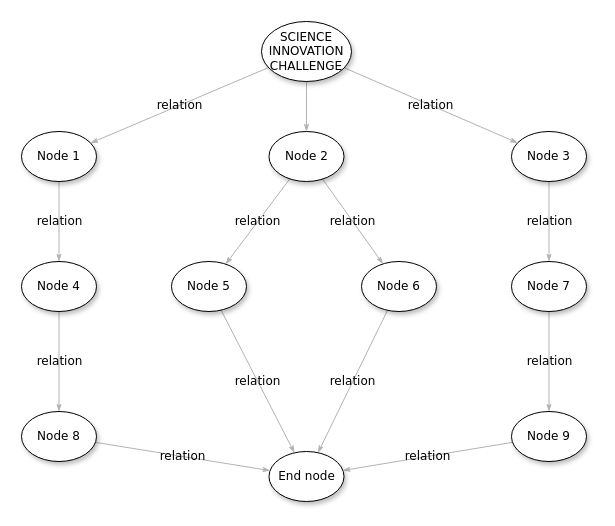
The draw.io diagram Untitled Diagram.drawio in samuel6814/mindmaps, before the edit. Source tidied: cells renumbered, new cells numbered last; positions are measured from the earlier drawing's top-left corner, leaving out a move shared by most shapes. Both pictures are drawn from the tidied source at 100%, with x=0, y=0 at pixel (21, 21).
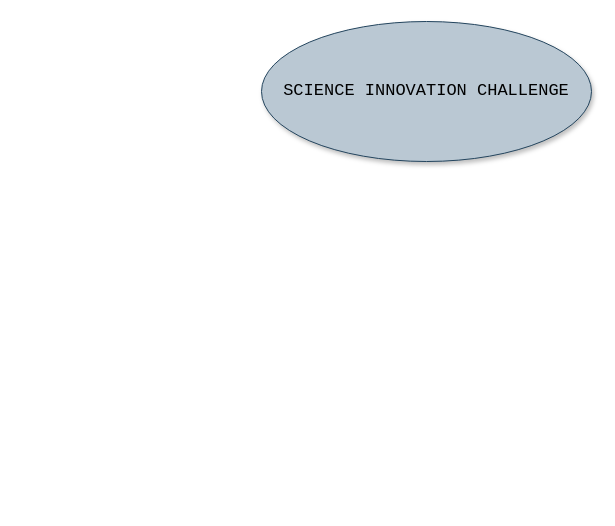
The same diagram, later.

Change to the diagram source:
```diff
@@
-    <mxCell id="2" style="edgeStyle=none;rounded=1;html=1;labelBackgroundColor=none;startArrow=none;startFill=0;startSize=5;endArrow=classicThin;endFill=1;endSize=5;jettySize=auto;strokeColor=#B3B3B3;strokeWidth=1;fontFamily=Verdana;fontSize=12;" parent="1" edge="1" source="5" target="8">
-      <mxGeometry relative="1" as="geometry" />
-    </mxCell>
-    <mxCell id="3" value="relation" style="edgeStyle=none;rounded=1;html=1;labelBackgroundColor=none;startArrow=none;startFill=0;startSize=5;endArrow=classicThin;endFill=1;endSize=5;jettySize=auto;strokeColor=#B3B3B3;strokeWidth=1;fontFamily=Verdana;fontSize=12;" parent="1" edge="1" source="5" target="21">
-      <mxGeometry relative="1" as="geometry" />
-    </mxCell>
-    <mxCell id="4" value="relation" style="edgeStyle=none;rounded=1;html=1;labelBackgroundColor=none;startArrow=none;startFill=0;startSize=5;endArrow=classicThin;endFill=1;endSize=5;jettySize=auto;strokeColor=#B3B3B3;strokeWidth=1;fontFamily=Verdana;fontSize=12;" parent="1" edge="1" source="5" target="10">
-      <mxGeometry relative="1" as="geometry" />
-    </mxCell>
-    <mxCell id="5" value="SCIENCE INNOVATION CHALLENGE" style="ellipse;whiteSpace=wrap;html=1;rounded=0;shadow=1;comic=0;labelBackgroundColor=none;strokeWidth=1;fontFamily=Verdana;fontSize=12;align=center;" parent="1" vertex="1">
-      <mxGeometry x="240" width="90" height="60" as="geometry" />
+    <mxCell id="5" value="&lt;font face=&quot;Courier New&quot; style=&quot;font-size: 17px;&quot;&gt;SCIENCE INNOVATION CHALLENGE&lt;/font&gt;" style="ellipse;whiteSpace=wrap;html=1;rounded=0;shadow=1;comic=0;labelBackgroundColor=none;strokeWidth=1;fontFamily=Verdana;fontSize=12;align=center;fillColor=#bac8d3;strokeColor=#23445d;" parent="1" vertex="1">
+      <mxGeometry x="240" width="330" height="140" as="geometry" />
     </mxCell>
-    <mxCell id="6" value="relation" style="edgeStyle=none;rounded=1;html=1;labelBackgroundColor=none;startArrow=none;startFill=0;startSize=5;endArrow=classicThin;endFill=1;endSize=5;jettySize=auto;strokeColor=#B3B3B3;strokeWidth=1;fontFamily=Verdana;fontSize=12;" parent="1" edge="1" source="8" target="18">
-      <mxGeometry relative="1" as="geometry" />
-    </mxCell>
-    <mxCell id="7" value="relation" style="edgeStyle=none;rounded=1;html=1;labelBackgroundColor=none;startArrow=none;startFill=0;startSize=5;endArrow=classicThin;endFill=1;endSize=5;jettySize=auto;strokeColor=#B3B3B3;strokeWidth=1;fontFamily=Verdana;fontSize=12;" parent="1" edge="1" source="8" target="16">
-      <mxGeometry relative="1" as="geometry" />
-    </mxCell>
-    <mxCell id="8" value="&lt;span&gt;Node 2&lt;/span&gt;" style="ellipse;whiteSpace=wrap;html=1;rounded=0;shadow=1;comic=0;labelBackgroundColor=none;strokeWidth=1;fontFamily=Verdana;fontSize=12;align=center;" parent="1" vertex="1">
-      <mxGeometry x="247.5" y="110" width="75" height="50" as="geometry" />
-    </mxCell>
-    <mxCell id="9" value="relation" style="edgeStyle=none;rounded=1;html=1;labelBackgroundColor=none;startArrow=none;startFill=0;startSize=5;endArrow=classicThin;endFill=1;endSize=5;jettySize=auto;strokeColor=#B3B3B3;strokeWidth=1;fontFamily=Verdana;fontSize=12;" parent="1" edge="1" source="10" target="12">
-      <mxGeometry relative="1" as="geometry" />
-    </mxCell>
-    <mxCell id="10" value="&lt;span&gt;Node 3&lt;/span&gt;" style="ellipse;whiteSpace=wrap;html=1;rounded=0;shadow=1;comic=0;labelBackgroundColor=none;strokeWidth=1;fontFamily=Verdana;fontSize=12;align=center;" parent="1" vertex="1">
-      <mxGeometry x="490" y="110" width="75" height="50" as="geometry" />
-    </mxCell>
-    <mxCell id="11" value="relation" style="edgeStyle=none;rounded=1;html=1;labelBackgroundColor=none;startArrow=none;startFill=0;startSize=5;endArrow=classicThin;endFill=1;endSize=5;jettySize=auto;strokeColor=#B3B3B3;strokeWidth=1;fontFamily=Verdana;fontSize=12;" parent="1" edge="1" source="12" target="14">
-      <mxGeometry relative="1" as="geometry" />
-    </mxCell>
-    <mxCell id="12" value="&lt;span&gt;Node 7&lt;/span&gt;" style="ellipse;whiteSpace=wrap;html=1;rounded=0;shadow=1;comic=0;labelBackgroundColor=none;strokeWidth=1;fontFamily=Verdana;fontSize=12;align=center;" parent="1" vertex="1">
-      <mxGeometry x="490" y="240" width="75" height="50" as="geometry" />
-    </mxCell>
-    <mxCell id="13" value="relation" style="edgeStyle=none;rounded=1;html=1;labelBackgroundColor=none;startArrow=none;startFill=0;startSize=5;endArrow=classicThin;endFill=1;endSize=5;jettySize=auto;strokeColor=#B3B3B3;strokeWidth=1;fontFamily=Verdana;fontSize=12;" parent="1" edge="1" source="14" target="19">
-      <mxGeometry relative="1" as="geometry" />
-    </mxCell>
-    <mxCell id="14" value="&lt;span&gt;Node 9&lt;/span&gt;" style="ellipse;whiteSpace=wrap;html=1;rounded=0;shadow=1;comic=0;labelBackgroundColor=none;strokeWidth=1;fontFamily=Verdana;fontSize=12;align=center;" parent="1" vertex="1">
-      <mxGeometry x="490" y="390" width="75" height="50" as="geometry" />
-    </mxCell>
-    <mxCell id="15" value="relation" style="edgeStyle=none;rounded=1;html=1;labelBackgroundColor=none;startArrow=none;startFill=0;startSize=5;endArrow=classicThin;endFill=1;endSize=5;jettySize=auto;strokeColor=#B3B3B3;strokeWidth=1;fontFamily=Verdana;fontSize=12;" parent="1" edge="1" source="16" target="19">
-      <mxGeometry relative="1" as="geometry" />
-    </mxCell>
-    <mxCell id="16" value="&lt;span&gt;Node 6&lt;/span&gt;" style="ellipse;whiteSpace=wrap;html=1;rounded=0;shadow=1;comic=0;labelBackgroundColor=none;strokeWidth=1;fontFamily=Verdana;fontSize=12;align=center;" parent="1" vertex="1">
-      <mxGeometry x="340" y="240" width="75" height="50" as="geometry" />
-    </mxCell>
-    <mxCell id="17" value="relation" style="edgeStyle=none;rounded=1;html=1;labelBackgroundColor=none;startArrow=none;startFill=0;startSize=5;endArrow=classicThin;endFill=1;endSize=5;jettySize=auto;strokeColor=#B3B3B3;strokeWidth=1;fontFamily=Verdana;fontSize=12;" parent="1" edge="1" source="18" target="19">
-      <mxGeometry relative="1" as="geometry" />
-    </mxCell>
-    <mxCell id="18" value="&lt;span&gt;Node 5&lt;/span&gt;" style="ellipse;whiteSpace=wrap;html=1;rounded=0;shadow=1;comic=0;labelBackgroundColor=none;strokeWidth=1;fontFamily=Verdana;fontSize=12;align=center;" parent="1" vertex="1">
-      <mxGeometry x="150" y="240" width="75" height="50" as="geometry" />
-    </mxCell>
-    <mxCell id="19" value="End node" style="ellipse;whiteSpace=wrap;html=1;rounded=0;shadow=1;comic=0;labelBackgroundColor=none;strokeWidth=1;fontFamily=Verdana;fontSize=12;align=center;" parent="1" vertex="1">
-      <mxGeometry x="247.5" y="430" width="75" height="50" as="geometry" />
-    </mxCell>
-    <mxCell id="20" value="relation" style="edgeStyle=none;rounded=1;html=1;labelBackgroundColor=none;startArrow=none;startFill=0;startSize=5;endArrow=classicThin;endFill=1;endSize=5;jettySize=auto;strokeColor=#B3B3B3;strokeWidth=1;fontFamily=Verdana;fontSize=12;" parent="1" edge="1" source="21" target="23">
-      <mxGeometry relative="1" as="geometry" />
-    </mxCell>
-    <mxCell id="21" value="Node 1" style="ellipse;whiteSpace=wrap;html=1;rounded=0;shadow=1;comic=0;labelBackgroundColor=none;strokeWidth=1;fontFamily=Verdana;fontSize=12;align=center;" parent="1" vertex="1">
-      <mxGeometry y="110" width="75" height="50" as="geometry" />
-    </mxCell>
-    <mxCell id="22" value="relation" style="edgeStyle=none;rounded=1;html=1;labelBackgroundColor=none;startArrow=none;startFill=0;startSize=5;endArrow=classicThin;endFill=1;endSize=5;jettySize=auto;strokeColor=#B3B3B3;strokeWidth=1;fontFamily=Verdana;fontSize=12;" parent="1" edge="1" source="23" target="25">
-      <mxGeometry relative="1" as="geometry" />
-    </mxCell>
-    <mxCell id="23" value="&lt;span&gt;Node 4&lt;/span&gt;" style="ellipse;whiteSpace=wrap;html=1;rounded=0;shadow=1;comic=0;labelBackgroundColor=none;strokeWidth=1;fontFamily=Verdana;fontSize=12;align=center;" parent="1" vertex="1">
-      <mxGeometry y="240" width="75" height="50" as="geometry" />
-    </mxCell>
-    <mxCell id="24" value="relation" style="edgeStyle=none;rounded=1;html=1;labelBackgroundColor=none;startArrow=none;startFill=0;startSize=5;endArrow=classicThin;endFill=1;endSize=5;jettySize=auto;strokeColor=#B3B3B3;strokeWidth=1;fontFamily=Verdana;fontSize=12;" parent="1" edge="1" source="25" target="19">
-      <mxGeometry relative="1" as="geometry" />
-    </mxCell>
-    <mxCell id="25" value="&lt;span&gt;Node 8&lt;/span&gt;" style="ellipse;whiteSpace=wrap;html=1;rounded=0;shadow=1;comic=0;labelBackgroundColor=none;strokeWidth=1;fontFamily=Verdana;fontSize=12;align=center;" parent="1" vertex="1">
-      <mxGeometry y="390" width="75" height="50" as="geometry" />
-    </mxCell>
```
